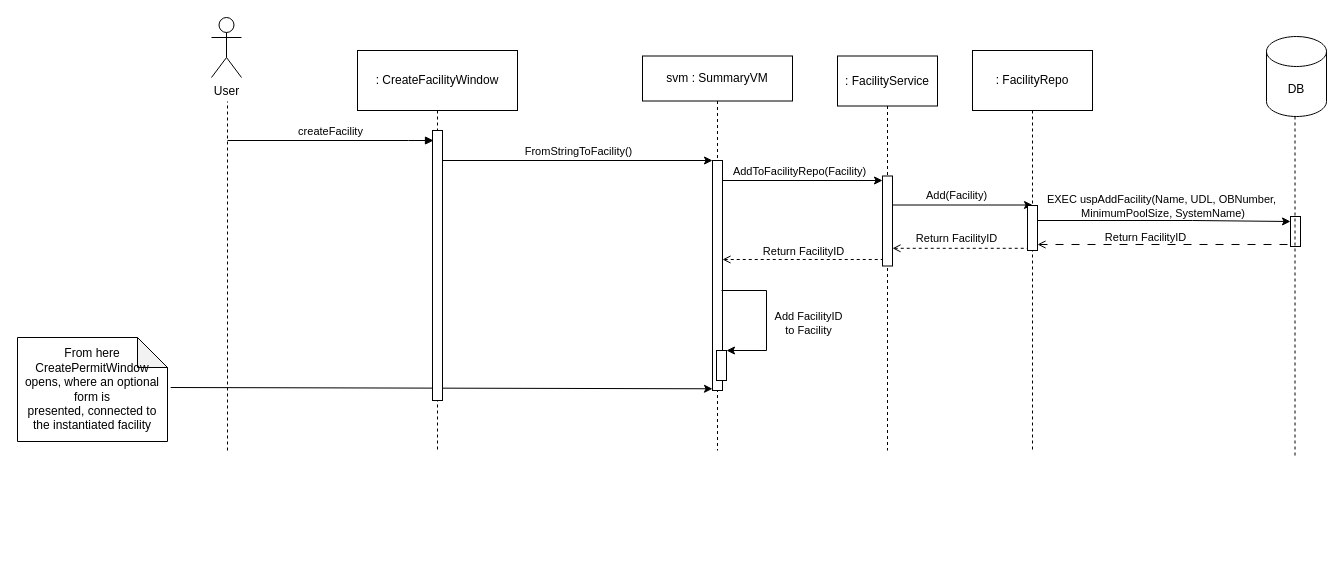
DScharla/T14 keeps this draw.io diagram as page "SD UC2" (3 of 7) of SD og DCD final.drawio. Above is the earlier version. Source tidied: cells renumbered, new cells numbered last; positions are measured from the earlier drawing's top-left corner, leaving out a move shared by most shapes. Both pictures are drawn from the tidied source at 100%, with x=0, y=0 at pixel (17, 17).
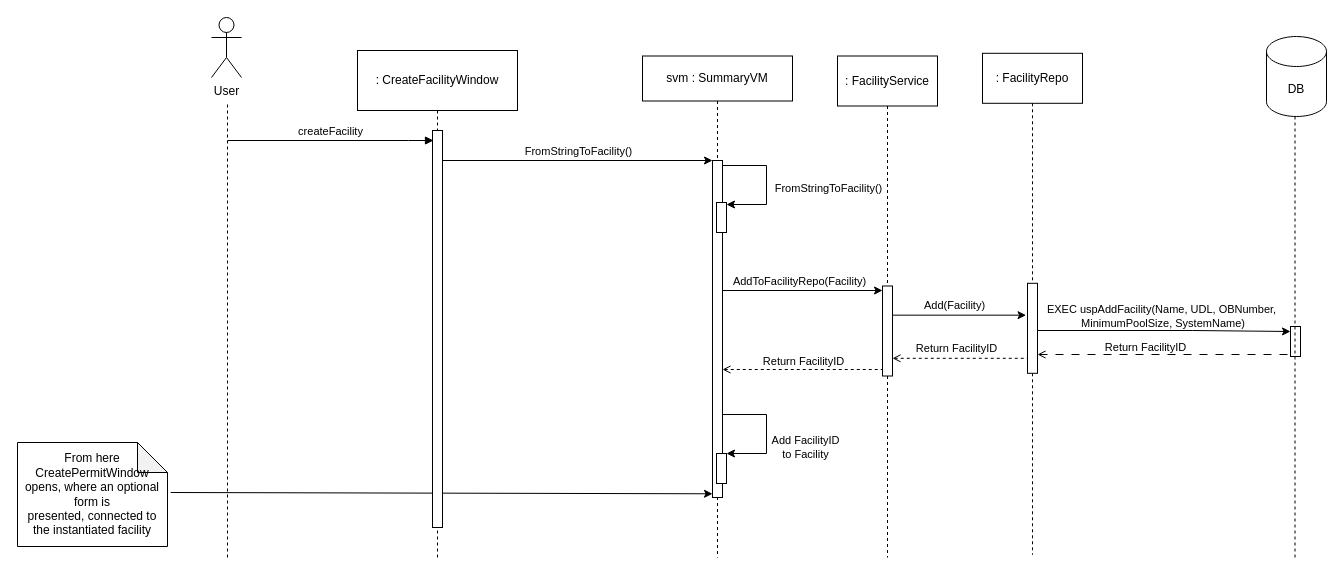
The same diagram, later.

The edit, as a diff of the source:
```diff
@@
     <mxCell id="2" value="svm : SummaryVM" style="shape=umlLifeline;perimeter=lifelinePerimeter;whiteSpace=wrap;html=1;newEdgeStyle={&quot;curved&quot;:0,&quot;rounded&quot;:0};size=45;" parent="1" vertex="1">
-      <mxGeometry x="625" y="38.5" width="150" height="394.5" as="geometry" />
+      <mxGeometry x="625" y="38.5" width="150" height="501.5" as="geometry" />
     </mxCell>
+    <mxCell id="37" style="endArrow=classic;html=1;rounded=0;" parent="2" edge="1" target="40">
+      <mxGeometry relative="1" as="geometry">
+        <mxPoint x="80" y="109.5" as="sourcePoint" />
+        <Array as="points">
+          <mxPoint x="124" y="109.5" />
+          <mxPoint x="124" y="148.5" />
+        </Array>
+      </mxGeometry>
+    </mxCell>
+    <mxCell id="38" value="FromStringToFacility()" style="edgeLabel;html=1;align=center;verticalAlign=middle;" parent="37" vertex="1">
+      <mxGeometry x="-0.64" y="-1" relative="1" as="geometry">
+        <mxPoint x="83" y="21" as="offset" />
+      </mxGeometry>
+    </mxCell>
+    <mxCell id="6" style="html=1;points=[[0,0,0,0,5],[0,1,0,0,-5],[1,0,0,0,5],[1,1,0,0,-5]];perimeter=orthogonalPerimeter;outlineConnect=0;targetShapes=umlLifeline;portConstraint=eastwest;newEdgeStyle={&quot;curved&quot;:0,&quot;rounded&quot;:0};" parent="1" vertex="1">
+      <mxGeometry x="695" y="143" width="10" height="337" as="geometry" />
+    </mxCell>
     <mxCell id="3" value=": CreateFacilityWindow" style="shape=umlLifeline;perimeter=lifelinePerimeter;whiteSpace=wrap;html=1;newEdgeStyle={&quot;curved&quot;:0,&quot;rounded&quot;:0};size=60;" parent="1" vertex="1">
-      <mxGeometry x="340" y="33" width="160" height="400" as="geometry" />
+      <mxGeometry x="340" y="33" width="160" height="507" as="geometry" />
     </mxCell>
-    <mxCell id="4" value=": FacilityRepo" style="rounded=0;whiteSpace=wrap;html=1;" parent="1" vertex="1">
-      <mxGeometry x="955" y="33" width="120" height="60" as="geometry" />
-    </mxCell>
@@
-    <mxCell id="6" style="html=1;points=[[0,0,0,0,5],[0,1,0,0,-5],[1,0,0,0,5],[1,1,0,0,-5]];perimeter=orthogonalPerimeter;outlineConnect=0;targetShapes=umlLifeline;portConstraint=eastwest;newEdgeStyle={&quot;curved&quot;:0,&quot;rounded&quot;:0};" parent="1" vertex="1">
-      <mxGeometry x="695" y="143" width="10" height="230" as="geometry" />
-    </mxCell>
@@
-    <mxCell id="9" style="endArrow=classic;html=1;rounded=0;" parent="1" edge="1" source="32">
-      <mxGeometry relative="1" as="geometry">
-        <mxPoint x="1015" y="187.5" as="targetPoint" />
-      </mxGeometry>
+    <mxCell id="9" style="endArrow=classic;html=1;rounded=0;entryX=-0.145;entryY=0.354;entryDx=0;entryDy=0;entryPerimeter=0;" parent="1" edge="1" source="32" target="39">
+      <mxGeometry relative="1" as="geometry" />
     </mxCell>
@@
     <mxCell id="11" style="endArrow=classic;html=1;rounded=0;entryX=0;entryY=0;entryDx=0;entryDy=5;entryPerimeter=0;" parent="1" edge="1" target="13">
       <mxGeometry relative="1" as="geometry">
-        <mxPoint x="1020" y="203" as="sourcePoint" />
+        <mxPoint x="1020" y="313" as="sourcePoint" />
         <Array as="points">
-          <mxPoint x="1175" y="203" />
+          <mxPoint x="1175" y="313" />
         </Array>
       </mxGeometry>
     </mxCell>
@@
     <mxCell id="13" style="html=1;points=[[0,0,0,0,5],[0,1,0,0,-5],[1,0,0,0,5],[1,1,0,0,-5]];perimeter=orthogonalPerimeter;outlineConnect=0;targetShapes=umlLifeline;portConstraint=eastwest;newEdgeStyle={&quot;curved&quot;:0,&quot;rounded&quot;:0};" parent="1" vertex="1">
-      <mxGeometry x="1273" y="199" width="10" height="30" as="geometry" />
+      <mxGeometry x="1273" y="309" width="10" height="30" as="geometry" />
     </mxCell>
     <mxCell id="14" style="endArrow=open;html=1;rounded=0;dashed=1;dashPattern=8 8;endFill=0;" parent="1" edge="1">
       <mxGeometry relative="1" as="geometry">
-        <mxPoint x="1270" y="227" as="sourcePoint" />
-        <mxPoint x="1020" y="227" as="targetPoint" />
+        <mxPoint x="1270" y="337" as="sourcePoint" />
+        <mxPoint x="1020" y="337" as="targetPoint" />
       </mxGeometry>
     </mxCell>
@@
     <mxCell id="17" style="endArrow=classic;html=1;rounded=0;" parent="1" edge="1" target="32">
       <mxGeometry relative="1" as="geometry">
-        <mxPoint x="705" y="163" as="sourcePoint" />
+        <mxPoint x="705" y="273" as="sourcePoint" />
       </mxGeometry>
     </mxCell>
@@
-    <mxCell id="19" style="edgeStyle=orthogonalEdgeStyle;rounded=0;jettySize=auto;html=1;dashed=1;endArrow=none;endFill=0;" parent="1" edge="1" source="4">
-      <mxGeometry relative="1" as="geometry">
-        <mxPoint x="1015" y="433" as="targetPoint" />
-        <Array as="points">
-          <mxPoint x="1015" y="203" />
-          <mxPoint x="1015" y="203" />
-        </Array>
-      </mxGeometry>
-    </mxCell>
@@
     <mxCell id="21" style="endArrow=classic;html=1;rounded=0;exitX=1.032;exitY=0.486;exitDx=0;exitDy=0;exitPerimeter=0;entryX=0;entryY=1;entryDx=0;entryDy=-5;entryPerimeter=0;" parent="1" edge="1">
       <mxGeometry relative="1" as="geometry">
-        <mxPoint x="153.2" y="370" as="sourcePoint" />
-        <mxPoint x="695" y="371.3" as="targetPoint" />
+        <mxPoint x="153.2" y="475" as="sourcePoint" />
+        <mxPoint x="695" y="476.3" as="targetPoint" />
       </mxGeometry>
     </mxCell>
     <mxCell id="22" style="html=1;perimeter=orthogonalPerimeter;targetShapes=umlLifeline;newEdgeStyle={&quot;curved&quot;:0,&quot;rounded&quot;:0};" parent="1" vertex="1">
-      <mxGeometry x="1010" y="188" width="10" height="45" as="geometry" />
+      <mxGeometry x="1010" y="298" width="10" height="45" as="geometry" />
     </mxCell>
     <mxCell id="23" value="From here CreatePermitWindow opens, where an optional form is presented,&amp;nbsp;&lt;span style=&quot;background-color: initial;&quot;&gt;connected to the &lt;/span&gt;&lt;span style=&quot;background-color: initial;&quot;&gt;instantiated facility&lt;/span&gt;" style="shape=note;whiteSpace=wrap;html=1;backgroundOutline=1;darkOpacity=0.05;" parent="1" vertex="1">
-      <mxGeometry y="320" width="150" height="104" as="geometry" />
+      <mxGeometry y="425" width="150" height="104" as="geometry" />
     </mxCell>
     <mxCell id="24" style="html=1;perimeter=orthogonalPerimeter;targetShapes=umlLifeline;newEdgeStyle={&quot;curved&quot;:0,&quot;rounded&quot;:0};" parent="1" vertex="1">
-      <mxGeometry x="415" y="113" width="10" height="270" as="geometry" />
+      <mxGeometry x="415" y="113" width="10" height="397" as="geometry" />
     </mxCell>
@@
     <mxCell id="26" style="endArrow=none;dashed=1;html=1;rounded=0;" parent="1" edge="1">
       <mxGeometry relative="1" as="geometry">
-        <mxPoint x="210" y="433" as="sourcePoint" />
+        <mxPoint x="210" y="540" as="sourcePoint" />
         <mxPoint x="210" y="84" as="targetPoint" />
       </mxGeometry>
     </mxCell>
-    <mxCell id="27" style="endArrow=none;dashed=1;html=1;rounded=0;startArrow=open;startFill=0;" parent="1" edge="1">
+    <mxCell id="27" style="endArrow=none;dashed=1;html=1;rounded=0;startArrow=open;startFill=0;" parent="1" edge="1" target="39">
       <mxGeometry relative="1" as="geometry">
-        <mxPoint x="875" y="230.8" as="sourcePoint" />
-        <mxPoint x="1010" y="230.8" as="targetPoint" />
+        <mxPoint x="875" y="340.8" as="sourcePoint" />
       </mxGeometry>
     </mxCell>
@@
-    <mxCell id="29" style="endArrow=none;dashed=1;html=1;rounded=0;startArrow=open;startFill=0;" parent="1" edge="1" source="6">
+    <mxCell id="29" style="endArrow=none;dashed=1;html=1;rounded=0;startArrow=open;startFill=0;" parent="1" edge="1">
       <mxGeometry relative="1" as="geometry">
-        <mxPoint x="875" y="242" as="targetPoint" />
+        <mxPoint x="705" y="352" as="sourcePoint" />
+        <mxPoint x="875" y="352" as="targetPoint" />
       </mxGeometry>
     </mxCell>
@@
     <mxCell id="31" value=": FacilityService" style="shape=umlLifeline;perimeter=lifelinePerimeter;whiteSpace=wrap;html=1;newEdgeStyle={&quot;curved&quot;:0,&quot;rounded&quot;:0};size=50;" parent="1" vertex="1">
-      <mxGeometry x="820" y="38.5" width="100" height="394.5" as="geometry" />
+      <mxGeometry x="820" y="38.5" width="100" height="501.5" as="geometry" />
     </mxCell>
     <mxCell id="32" style="html=1;points=[[0,0,0,0,5],[0,1,0,0,-5],[1,0,0,0,5],[1,1,0,0,-5]];perimeter=orthogonalPerimeter;outlineConnect=0;targetShapes=umlLifeline;portConstraint=eastwest;newEdgeStyle={&quot;curved&quot;:0,&quot;rounded&quot;:0};" parent="31" vertex="1">
-      <mxGeometry x="45" y="120" width="10" height="90" as="geometry" />
+      <mxGeometry x="45" y="230" width="10" height="90" as="geometry" />
     </mxCell>
     <mxCell id="33" style="html=1;points=[[0,0,0,0,5],[0,1,0,0,-5],[1,0,0,0,5],[1,1,0,0,-5]];perimeter=orthogonalPerimeter;outlineConnect=0;targetShapes=umlLifeline;portConstraint=eastwest;newEdgeStyle={&quot;curved&quot;:0,&quot;rounded&quot;:0};" parent="1" vertex="1">
-      <mxGeometry x="699" y="333" width="10" height="30" as="geometry" />
+      <mxGeometry x="699" y="436" width="10" height="30" as="geometry" />
     </mxCell>
     <mxCell id="34" style="endArrow=classic;html=1;rounded=0;" parent="1" edge="1" target="33">
       <mxGeometry relative="1" as="geometry">
-        <mxPoint x="704" y="273" as="sourcePoint" />
+        <mxPoint x="705" y="397" as="sourcePoint" />
         <Array as="points">
-          <mxPoint x="749" y="273" />
-          <mxPoint x="749" y="333" />
+          <mxPoint x="749" y="397" />
+          <mxPoint x="749" y="436" />
         </Array>
       </mxGeometry>
     </mxCell>
@@
     <mxCell id="36" style="edgeStyle=orthogonalEdgeStyle;rounded=0;orthogonalLoop=1;jettySize=auto;html=1;dashed=1;endArrow=none;endFill=0;" parent="1" edge="1">
       <mxGeometry relative="1" as="geometry">
         <mxPoint x="1277.5" y="99" as="sourcePoint" />
-        <mxPoint x="1277.5" y="439" as="targetPoint" />
+        <mxPoint x="1280" y="540" as="targetPoint" />
         <Array as="points">
           <mxPoint x="1277.5" y="209" />
           <mxPoint x="1277.5" y="209" />
         </Array>
       </mxGeometry>
     </mxCell>
+    <mxCell id="4" value=": FacilityRepo" style="shape=umlLifeline;perimeter=lifelinePerimeter;whiteSpace=wrap;html=1;outlineConnect=0;portConstraint=eastwest;newEdgeStyle={&quot;curved&quot;:0,&quot;rounded&quot;:0};size=50;" parent="1" vertex="1">
+      <mxGeometry x="965" y="35.8" width="100" height="501.5" as="geometry" />
+    </mxCell>
+    <mxCell id="39" style="html=1;points=[[0,0,0,0,5],[0,1,0,0,-5],[1,0,0,0,5],[1,1,0,0,-5]];perimeter=orthogonalPerimeter;outlineConnect=0;targetShapes=umlLifeline;portConstraint=eastwest;newEdgeStyle={&quot;curved&quot;:0,&quot;rounded&quot;:0};" parent="4" vertex="1">
+      <mxGeometry x="45" y="230" width="10" height="90" as="geometry" />
+    </mxCell>
+    <mxCell id="40" style="html=1;points=[[0,0,0,0,5],[0,1,0,0,-5],[1,0,0,0,5],[1,1,0,0,-5]];perimeter=orthogonalPerimeter;outlineConnect=0;targetShapes=umlLifeline;portConstraint=eastwest;newEdgeStyle={&quot;curved&quot;:0,&quot;rounded&quot;:0};" parent="1" vertex="1">
+      <mxGeometry x="699" y="185" width="10" height="30" as="geometry" />
+    </mxCell>
```
